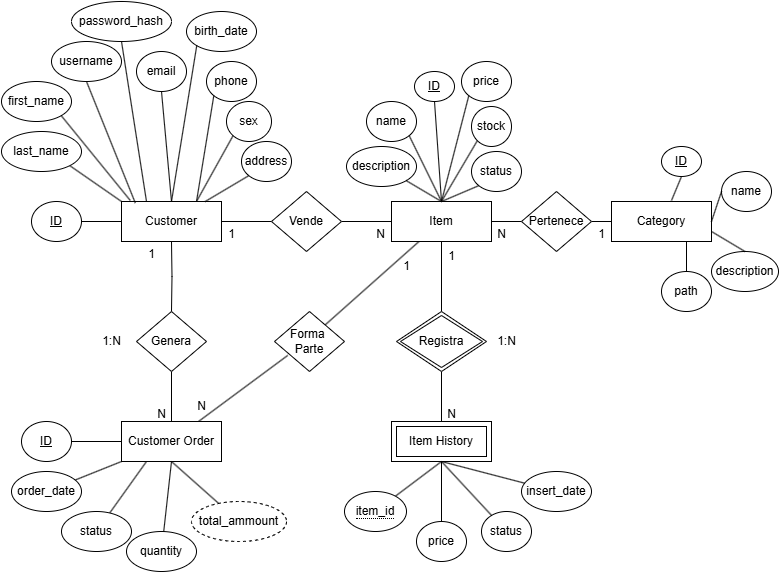
Earlier version of the draw.io export DER_ecommerce.png (AgusArdizzone/ML-Challenge-SQL). Source tidied: cells renumbered, new cells last; positions are measured from the earlier drawing's top-left corner, leaving out a move shared by most shapes. The source it was exported from:
```xml
<mxGraphModel>
  <root>
    <mxCell id="0" />
    <mxCell id="1" parent="0" />
    <mxCell id="2" value="Customer" style="whiteSpace=wrap;html=1;align=center;" parent="1" vertex="1">
      <mxGeometry x="120" y="200" width="100" height="40" as="geometry" />
    </mxCell>
    <mxCell id="3" style="rounded=0;jettySize=auto;html=1;endArrow=none;startFill=0;" parent="1" edge="1" source="5">
      <mxGeometry relative="1" as="geometry">
        <mxPoint x="322.2" y="324.7" as="targetPoint" />
      </mxGeometry>
    </mxCell>
    <mxCell id="4" style="edgeStyle=none;rounded=0;jettySize=auto;html=1;exitX=0.5;exitY=1;exitDx=0;exitDy=0;entryX=0.5;entryY=0;entryDx=0;entryDy=0;endArrow=none;startFill=0;" parent="1" edge="1" source="5" target="67">
      <mxGeometry relative="1" as="geometry" />
    </mxCell>
    <mxCell id="5" value="Item" style="whiteSpace=wrap;html=1;align=center;" parent="1" vertex="1">
      <mxGeometry x="390" y="200" width="100" height="40" as="geometry" />
    </mxCell>
    <mxCell id="6" value="Category" style="whiteSpace=wrap;html=1;align=center;" parent="1" vertex="1">
      <mxGeometry x="610" y="200" width="100" height="40" as="geometry" />
    </mxCell>
    <mxCell id="7" style="edgeStyle=orthogonalEdgeStyle;rounded=0;jettySize=auto;html=1;entryX=0;entryY=0.5;entryDx=0;entryDy=0;endArrow=none;startFill=0;" parent="1" edge="1" source="8" target="2">
      <mxGeometry relative="1" as="geometry" />
    </mxCell>
    <mxCell id="8" value="ID" style="ellipse;whiteSpace=wrap;html=1;align=center;fontStyle=4;" parent="1" vertex="1">
      <mxGeometry x="30" y="200" width="50" height="40" as="geometry" />
    </mxCell>
    <mxCell id="9" value="ID" style="ellipse;whiteSpace=wrap;html=1;align=center;fontStyle=4;" parent="1" vertex="1">
      <mxGeometry x="413" y="70" width="40" height="30" as="geometry" />
    </mxCell>
    <mxCell id="10" style="edgeStyle=orthogonalEdgeStyle;rounded=0;jettySize=auto;html=1;entryX=1;entryY=0.5;entryDx=0;entryDy=0;endArrow=none;startFill=0;" parent="1" edge="1" source="12" target="2">
      <mxGeometry relative="1" as="geometry" />
    </mxCell>
    <mxCell id="11" style="edgeStyle=orthogonalEdgeStyle;rounded=0;jettySize=auto;html=1;entryX=0;entryY=0.5;entryDx=0;entryDy=0;endArrow=none;startFill=0;" parent="1" edge="1" source="12" target="5">
      <mxGeometry relative="1" as="geometry" />
    </mxCell>
    <mxCell id="12" value="Vende" style="shape=rhombus;perimeter=rhombusPerimeter;whiteSpace=wrap;html=1;align=center;" parent="1" vertex="1">
      <mxGeometry x="270" y="190" width="70" height="60" as="geometry" />
    </mxCell>
    <mxCell id="13" style="rounded=0;jettySize=auto;html=1;endArrow=none;startFill=0;" parent="1" edge="1" source="15" target="5">
      <mxGeometry relative="1" as="geometry" />
    </mxCell>
    <mxCell id="14" style="rounded=0;jettySize=auto;html=1;exitX=1;exitY=0.5;exitDx=0;exitDy=0;entryX=0;entryY=0.5;entryDx=0;entryDy=0;endArrow=none;startFill=0;" parent="1" edge="1" source="15" target="6">
      <mxGeometry relative="1" as="geometry" />
    </mxCell>
    <mxCell id="15" value="Pertenece" style="shape=rhombus;perimeter=rhombusPerimeter;whiteSpace=wrap;html=1;align=center;" parent="1" vertex="1">
      <mxGeometry x="520" y="190" width="70" height="60" as="geometry" />
    </mxCell>
    <mxCell id="16" style="rounded=0;orthogonalLoop=1;jettySize=auto;html=1;endArrow=none;startFill=0;" parent="1" edge="1">
      <mxGeometry relative="1" as="geometry">
        <mxPoint x="170" y="370" as="sourcePoint" />
        <mxPoint x="170" y="420" as="targetPoint" />
      </mxGeometry>
    </mxCell>
    <mxCell id="17" style="edgeStyle=orthogonalEdgeStyle;rounded=0;jettySize=auto;html=1;entryX=0.5;entryY=1;entryDx=0;entryDy=0;endArrow=none;startFill=0;" parent="1" edge="1" target="2">
      <mxGeometry relative="1" as="geometry">
        <mxPoint x="170" y="310" as="sourcePoint" />
      </mxGeometry>
    </mxCell>
    <mxCell id="18" style="rounded=0;orthogonalLoop=1;jettySize=auto;html=1;endArrow=none;startFill=0;" parent="1" edge="1">
      <mxGeometry relative="1" as="geometry">
        <mxPoint x="286.2" y="353.9" as="sourcePoint" />
        <mxPoint x="197" y="420" as="targetPoint" />
      </mxGeometry>
    </mxCell>
    <mxCell id="19" value="first_name" style="ellipse;whiteSpace=wrap;html=1;align=center;" parent="1" vertex="1">
      <mxGeometry y="80" width="70" height="40" as="geometry" />
    </mxCell>
    <mxCell id="20" style="rounded=0;jettySize=auto;html=1;exitX=1;exitY=1;exitDx=0;exitDy=0;entryX=0;entryY=0;entryDx=0;entryDy=0;endArrow=none;startFill=0;" parent="1" edge="1" source="21" target="2">
      <mxGeometry relative="1" as="geometry" />
    </mxCell>
    <mxCell id="21" value="last_name" style="ellipse;whiteSpace=wrap;html=1;align=center;" parent="1" vertex="1">
      <mxGeometry y="130" width="80" height="40" as="geometry" />
    </mxCell>
    <mxCell id="22" value="address" style="ellipse;whiteSpace=wrap;html=1;align=center;" parent="1" vertex="1">
      <mxGeometry x="240" y="140" width="50" height="40" as="geometry" />
    </mxCell>
    <mxCell id="23" value="email" style="ellipse;whiteSpace=wrap;html=1;align=center;" parent="1" vertex="1">
      <mxGeometry x="135" y="50" width="50" height="40" as="geometry" />
    </mxCell>
    <mxCell id="24" value="password_hash" style="ellipse;whiteSpace=wrap;html=1;align=center;" parent="1" vertex="1">
      <mxGeometry x="70" width="100" height="40" as="geometry" />
    </mxCell>
    <mxCell id="25" value="username" style="ellipse;whiteSpace=wrap;html=1;align=center;" parent="1" vertex="1">
      <mxGeometry x="50" y="40" width="70" height="40" as="geometry" />
    </mxCell>
    <mxCell id="26" value="birth_date" style="ellipse;whiteSpace=wrap;html=1;align=center;" parent="1" vertex="1">
      <mxGeometry x="185" y="10" width="70" height="40" as="geometry" />
    </mxCell>
    <mxCell id="27" value="phone" style="ellipse;whiteSpace=wrap;html=1;align=center;" parent="1" vertex="1">
      <mxGeometry x="205" y="60" width="50" height="40" as="geometry" />
    </mxCell>
    <mxCell id="28" value="sex" style="ellipse;whiteSpace=wrap;html=1;align=center;" parent="1" vertex="1">
      <mxGeometry x="225" y="100" width="45" height="40" as="geometry" />
    </mxCell>
    <mxCell id="29" style="rounded=0;jettySize=auto;html=1;exitX=1;exitY=1;exitDx=0;exitDy=0;entryX=0.088;entryY=-0.025;entryDx=0;entryDy=0;entryPerimeter=0;endArrow=none;startFill=0;" parent="1" edge="1" source="19" target="2">
      <mxGeometry relative="1" as="geometry" />
    </mxCell>
    <mxCell id="30" style="rounded=0;jettySize=auto;html=1;exitX=0.5;exitY=1;exitDx=0;exitDy=0;entryX=0.138;entryY=0.037;entryDx=0;entryDy=0;entryPerimeter=0;endArrow=none;startFill=0;" parent="1" edge="1" source="25" target="2">
      <mxGeometry relative="1" as="geometry" />
    </mxCell>
    <mxCell id="31" style="rounded=0;jettySize=auto;html=1;exitX=0.5;exitY=1;exitDx=0;exitDy=0;entryX=0.25;entryY=0;entryDx=0;entryDy=0;endArrow=none;startFill=0;" parent="1" edge="1" source="24" target="2">
      <mxGeometry relative="1" as="geometry" />
    </mxCell>
    <mxCell id="32" style="rounded=0;jettySize=auto;html=1;exitX=0.5;exitY=1;exitDx=0;exitDy=0;entryX=0.5;entryY=0;entryDx=0;entryDy=0;endArrow=none;startFill=0;" parent="1" edge="1" source="23" target="2">
      <mxGeometry relative="1" as="geometry" />
    </mxCell>
    <mxCell id="33" style="rounded=0;jettySize=auto;html=1;exitX=0;exitY=1;exitDx=0;exitDy=0;entryX=0.5;entryY=0;entryDx=0;entryDy=0;endArrow=none;startFill=0;" parent="1" edge="1" source="26" target="2">
      <mxGeometry relative="1" as="geometry" />
    </mxCell>
    <mxCell id="34" style="rounded=0;jettySize=auto;html=1;exitX=0;exitY=1;exitDx=0;exitDy=0;entryX=0.75;entryY=0;entryDx=0;entryDy=0;endArrow=none;startFill=0;" parent="1" edge="1" source="27" target="2">
      <mxGeometry relative="1" as="geometry" />
    </mxCell>
    <mxCell id="35" style="rounded=0;jettySize=auto;html=1;exitX=0;exitY=1;exitDx=0;exitDy=0;entryX=0.75;entryY=0;entryDx=0;entryDy=0;endArrow=none;startFill=0;" parent="1" edge="1" source="28" target="2">
      <mxGeometry relative="1" as="geometry" />
    </mxCell>
    <mxCell id="36" style="rounded=0;jettySize=auto;html=1;endArrow=none;startFill=0;exitX=0;exitY=1;exitDx=0;exitDy=0;" parent="1" edge="1" source="22" target="2">
      <mxGeometry relative="1" as="geometry" />
    </mxCell>
    <mxCell id="37" value="name" style="ellipse;whiteSpace=wrap;html=1;align=center;" parent="1" vertex="1">
      <mxGeometry x="365" y="100" width="50" height="40" as="geometry" />
    </mxCell>
    <mxCell id="38" value="description" style="ellipse;whiteSpace=wrap;html=1;align=center;" parent="1" vertex="1">
      <mxGeometry x="345" y="145" width="70" height="40" as="geometry" />
    </mxCell>
    <mxCell id="39" value="price" style="ellipse;whiteSpace=wrap;html=1;align=center;" parent="1" vertex="1">
      <mxGeometry x="460" y="60" width="50" height="40" as="geometry" />
    </mxCell>
    <mxCell id="40" value="stock" style="ellipse;whiteSpace=wrap;html=1;align=center;" parent="1" vertex="1">
      <mxGeometry x="470" y="105" width="40" height="40" as="geometry" />
    </mxCell>
    <mxCell id="41" value="status" style="ellipse;whiteSpace=wrap;html=1;align=center;" parent="1" vertex="1">
      <mxGeometry x="470" y="150" width="50" height="40" as="geometry" />
    </mxCell>
    <mxCell id="42" style="edgeStyle=none;rounded=0;jettySize=auto;html=1;exitX=1;exitY=1;exitDx=0;exitDy=0;endArrow=none;startFill=0;" parent="1" edge="1" source="38">
      <mxGeometry relative="1" as="geometry">
        <mxPoint x="440" y="200" as="targetPoint" />
      </mxGeometry>
    </mxCell>
    <mxCell id="43" style="edgeStyle=none;rounded=0;jettySize=auto;html=1;exitX=1;exitY=1;exitDx=0;exitDy=0;entryX=0.5;entryY=0;entryDx=0;entryDy=0;endArrow=none;startFill=0;" parent="1" edge="1" source="37" target="5">
      <mxGeometry relative="1" as="geometry" />
    </mxCell>
    <mxCell id="44" style="edgeStyle=none;rounded=0;jettySize=auto;html=1;exitX=0.5;exitY=1;exitDx=0;exitDy=0;endArrow=none;startFill=0;entryX=0.5;entryY=0;entryDx=0;entryDy=0;" parent="1" edge="1" source="9" target="5">
      <mxGeometry relative="1" as="geometry" />
    </mxCell>
    <mxCell id="45" style="edgeStyle=none;rounded=0;jettySize=auto;html=1;exitX=0;exitY=1;exitDx=0;exitDy=0;entryX=0.5;entryY=0;entryDx=0;entryDy=0;endArrow=none;startFill=0;" parent="1" edge="1" source="39" target="5">
      <mxGeometry relative="1" as="geometry" />
    </mxCell>
    <mxCell id="46" style="edgeStyle=none;rounded=0;jettySize=auto;html=1;exitX=0;exitY=1;exitDx=0;exitDy=0;endArrow=none;startFill=0;" parent="1" edge="1" source="40">
      <mxGeometry relative="1" as="geometry">
        <mxPoint x="440" y="200" as="targetPoint" />
      </mxGeometry>
    </mxCell>
    <mxCell id="47" style="edgeStyle=none;rounded=0;jettySize=auto;html=1;exitX=0;exitY=1;exitDx=0;exitDy=0;endArrow=none;startFill=0;" parent="1" edge="1" source="41">
      <mxGeometry relative="1" as="geometry">
        <mxPoint x="440" y="200" as="targetPoint" />
      </mxGeometry>
    </mxCell>
    <mxCell id="48" value="name" style="ellipse;whiteSpace=wrap;html=1;align=center;" parent="1" vertex="1">
      <mxGeometry x="720" y="170" width="50" height="40" as="geometry" />
    </mxCell>
    <mxCell id="49" value="ID" style="ellipse;whiteSpace=wrap;html=1;align=center;fontStyle=4;" parent="1" vertex="1">
      <mxGeometry x="660" y="145" width="40" height="30" as="geometry" />
    </mxCell>
    <mxCell id="50" value="path" style="ellipse;whiteSpace=wrap;html=1;align=center;" parent="1" vertex="1">
      <mxGeometry x="660" y="270" width="50" height="40" as="geometry" />
    </mxCell>
    <mxCell id="51" value="description" style="ellipse;whiteSpace=wrap;html=1;align=center;" parent="1" vertex="1">
      <mxGeometry x="710" y="250" width="67" height="40" as="geometry" />
    </mxCell>
    <mxCell id="52" style="edgeStyle=none;rounded=0;jettySize=auto;html=1;exitX=0.5;exitY=1;exitDx=0;exitDy=0;entryX=0.6;entryY=-0.025;entryDx=0;entryDy=0;entryPerimeter=0;endArrow=none;startFill=0;" parent="1" edge="1" source="49" target="6">
      <mxGeometry relative="1" as="geometry" />
    </mxCell>
    <mxCell id="53" style="edgeStyle=none;rounded=0;jettySize=auto;html=1;exitX=0;exitY=0.5;exitDx=0;exitDy=0;entryX=1;entryY=0.5;entryDx=0;entryDy=0;endArrow=none;startFill=0;" parent="1" edge="1" source="48" target="6">
      <mxGeometry relative="1" as="geometry" />
    </mxCell>
    <mxCell id="54" style="edgeStyle=none;rounded=0;jettySize=auto;html=1;exitX=1;exitY=0.75;exitDx=0;exitDy=0;endArrow=none;startFill=0;entryX=0.5;entryY=0;entryDx=0;entryDy=0;" parent="1" edge="1" source="6" target="51">
      <mxGeometry relative="1" as="geometry" />
    </mxCell>
    <mxCell id="55" style="edgeStyle=none;rounded=0;jettySize=auto;html=1;exitX=0.75;exitY=1;exitDx=0;exitDy=0;entryX=0.5;entryY=0;entryDx=0;entryDy=0;endArrow=none;startFill=0;" parent="1" edge="1" source="6" target="50">
      <mxGeometry relative="1" as="geometry" />
    </mxCell>
    <mxCell id="56" style="edgeStyle=none;rounded=0;jettySize=auto;html=1;entryX=0.5;entryY=1;entryDx=0;entryDy=0;endArrow=none;startFill=0;" parent="1" edge="1" source="57" target="62">
      <mxGeometry relative="1" as="geometry" />
    </mxCell>
    <mxCell id="57" value="price" style="ellipse;whiteSpace=wrap;html=1;align=center;" parent="1" vertex="1">
      <mxGeometry x="415" y="520" width="50" height="40" as="geometry" />
    </mxCell>
    <mxCell id="58" style="edgeStyle=none;rounded=0;jettySize=auto;html=1;endArrow=none;startFill=0;" parent="1" edge="1" source="59">
      <mxGeometry relative="1" as="geometry">
        <mxPoint x="440" y="460" as="targetPoint" />
      </mxGeometry>
    </mxCell>
    <mxCell id="59" value="insert_date" style="ellipse;whiteSpace=wrap;html=1;align=center;" parent="1" vertex="1">
      <mxGeometry x="520" y="470" width="70" height="40" as="geometry" />
    </mxCell>
    <mxCell id="60" style="edgeStyle=none;rounded=0;jettySize=auto;html=1;entryX=0.5;entryY=1;entryDx=0;entryDy=0;endArrow=none;startFill=0;" parent="1" edge="1" source="61" target="62">
      <mxGeometry relative="1" as="geometry" />
    </mxCell>
    <mxCell id="61" value="status" style="ellipse;whiteSpace=wrap;html=1;align=center;" parent="1" vertex="1">
      <mxGeometry x="480" y="510" width="50" height="40" as="geometry" />
    </mxCell>
    <mxCell id="62" value="Item History" style="shape=ext;margin=3;double=1;whiteSpace=wrap;html=1;align=center;" parent="1" vertex="1">
      <mxGeometry x="390" y="420" width="100" height="40" as="geometry" />
    </mxCell>
    <mxCell id="63" style="edgeStyle=none;rounded=0;jettySize=auto;html=1;endArrow=none;startFill=0;entryX=0.5;entryY=1;entryDx=0;entryDy=0;" parent="1" edge="1" source="64" target="62">
      <mxGeometry relative="1" as="geometry" />
    </mxCell>
    <mxCell id="64" value="&lt;span style=&quot;border-bottom: 1px dotted&quot;&gt;item_id&lt;/span&gt;" style="ellipse;whiteSpace=wrap;html=1;align=center;" parent="1" vertex="1">
      <mxGeometry x="343" y="490" width="62" height="40" as="geometry" />
    </mxCell>
    <mxCell id="65" value="Customer Order" style="shape=ext;margin=3;double=0;whiteSpace=wrap;html=1;align=center;" parent="1" vertex="1">
      <mxGeometry x="120" y="420" width="100" height="40" as="geometry" />
    </mxCell>
    <mxCell id="66" style="edgeStyle=none;rounded=0;jettySize=auto;html=1;entryX=0.5;entryY=0;entryDx=0;entryDy=0;endArrow=none;startFill=0;" parent="1" edge="1" source="67" target="62">
      <mxGeometry relative="1" as="geometry" />
    </mxCell>
    <mxCell id="67" value="Registra" style="shape=rhombus;double=1;perimeter=rhombusPerimeter;whiteSpace=wrap;html=1;align=center;" parent="1" vertex="1">
      <mxGeometry x="395" y="310" width="90" height="60" as="geometry" />
    </mxCell>
    <mxCell id="68" style="edgeStyle=none;rounded=0;jettySize=auto;html=1;entryX=0;entryY=1;entryDx=0;entryDy=0;endArrow=none;startFill=0;" parent="1" edge="1" source="69" target="65">
      <mxGeometry relative="1" as="geometry" />
    </mxCell>
    <mxCell id="69" value="order_date" style="ellipse;whiteSpace=wrap;html=1;align=center;" parent="1" vertex="1">
      <mxGeometry x="10" y="470" width="70" height="40" as="geometry" />
    </mxCell>
    <mxCell id="70" style="edgeStyle=none;rounded=0;jettySize=auto;html=1;entryX=0.25;entryY=1;entryDx=0;entryDy=0;endArrow=none;startFill=0;" parent="1" edge="1" source="71" target="65">
      <mxGeometry relative="1" as="geometry" />
    </mxCell>
    <mxCell id="71" value="status" style="ellipse;whiteSpace=wrap;html=1;align=center;" parent="1" vertex="1">
      <mxGeometry x="60" y="510" width="70" height="40" as="geometry" />
    </mxCell>
    <mxCell id="72" style="edgeStyle=none;rounded=0;jettySize=auto;html=1;entryX=0.5;entryY=1;entryDx=0;entryDy=0;endArrow=none;startFill=0;" parent="1" edge="1" source="73" target="65">
      <mxGeometry relative="1" as="geometry" />
    </mxCell>
    <mxCell id="73" value="quantity" style="ellipse;whiteSpace=wrap;html=1;align=center;" parent="1" vertex="1">
      <mxGeometry x="125" y="530" width="70" height="40" as="geometry" />
    </mxCell>
    <mxCell id="74" style="edgeStyle=none;rounded=0;jettySize=auto;html=1;entryX=0.5;entryY=1;entryDx=0;entryDy=0;endArrow=none;startFill=0;" parent="1" edge="1" source="75" target="65">
      <mxGeometry relative="1" as="geometry" />
    </mxCell>
    <mxCell id="75" value="total_ammount" style="ellipse;whiteSpace=wrap;html=1;align=center;dashed=1;" parent="1" vertex="1">
      <mxGeometry x="190" y="500" width="95" height="40" as="geometry" />
    </mxCell>
    <mxCell id="76" value="1:N" style="text;html=1;align=center;verticalAlign=middle;strokeColor=none;fillColor=none;" parent="1" vertex="1">
      <mxGeometry x="90" y="325" width="40" height="30" as="geometry" />
    </mxCell>
    <mxCell id="77" value="1:N" style="text;html=1;align=center;verticalAlign=middle;strokeColor=none;fillColor=none;" parent="1" vertex="1">
      <mxGeometry x="485" y="325" width="40" height="30" as="geometry" />
    </mxCell>
    <mxCell id="78" style="edgeStyle=none;rounded=0;jettySize=auto;html=1;exitX=1;exitY=0.5;exitDx=0;exitDy=0;entryX=0;entryY=0.5;entryDx=0;entryDy=0;endArrow=none;startFill=0;" parent="1" edge="1" source="79" target="65">
      <mxGeometry relative="1" as="geometry" />
    </mxCell>
    <mxCell id="79" value="ID" style="ellipse;whiteSpace=wrap;html=1;align=center;fontStyle=4;" parent="1" vertex="1">
      <mxGeometry x="20" y="420" width="50" height="40" as="geometry" />
    </mxCell>
    <mxCell id="80" value="Genera" style="shape=rhombus;perimeter=rhombusPerimeter;whiteSpace=wrap;html=1;align=center;" parent="1" vertex="1">
      <mxGeometry x="135" y="310" width="70" height="60" as="geometry" />
    </mxCell>
    <mxCell id="81" value="Forma&amp;nbsp;&lt;div&gt;Parte&lt;/div&gt;" style="shape=rhombus;perimeter=rhombusPerimeter;whiteSpace=wrap;html=1;align=center;" parent="1" vertex="1">
      <mxGeometry x="273" y="310" width="70" height="60" as="geometry" />
    </mxCell>
    <mxCell id="82" value="1" style="text;html=1;align=center;verticalAlign=middle;strokeColor=none;fillColor=none;" parent="1" vertex="1">
      <mxGeometry x="135" y="238" width="30" height="30" as="geometry" />
    </mxCell>
    <mxCell id="83" value="N" style="text;html=1;align=center;verticalAlign=middle;strokeColor=none;fillColor=none;" parent="1" vertex="1">
      <mxGeometry x="145" y="398" width="30" height="30" as="geometry" />
    </mxCell>
    <mxCell id="84" value="1" style="text;html=1;align=center;verticalAlign=middle;strokeColor=none;fillColor=none;" parent="1" vertex="1">
      <mxGeometry x="435" y="240" width="30" height="30" as="geometry" />
    </mxCell>
    <mxCell id="85" value="N" style="text;html=1;align=center;verticalAlign=middle;strokeColor=none;fillColor=none;" parent="1" vertex="1">
      <mxGeometry x="435" y="398" width="30" height="30" as="geometry" />
    </mxCell>
    <mxCell id="86" value="1" style="text;html=1;align=center;verticalAlign=middle;strokeColor=none;fillColor=none;" parent="1" vertex="1">
      <mxGeometry x="585" y="218" width="30" height="30" as="geometry" />
    </mxCell>
    <mxCell id="87" value="N" style="text;html=1;align=center;verticalAlign=middle;strokeColor=none;fillColor=none;" parent="1" vertex="1">
      <mxGeometry x="485" y="218" width="30" height="30" as="geometry" />
    </mxCell>
    <mxCell id="88" value="1" style="text;html=1;align=center;verticalAlign=middle;strokeColor=none;fillColor=none;" parent="1" vertex="1">
      <mxGeometry x="215" y="218" width="30" height="30" as="geometry" />
    </mxCell>
    <mxCell id="89" value="N" style="text;html=1;align=center;verticalAlign=middle;strokeColor=none;fillColor=none;" parent="1" vertex="1">
      <mxGeometry x="363.5" y="218" width="30" height="30" as="geometry" />
    </mxCell>
    <mxCell id="90" value="1" style="text;html=1;align=center;verticalAlign=middle;strokeColor=none;fillColor=none;" parent="1" vertex="1">
      <mxGeometry x="390" y="250" width="30" height="30" as="geometry" />
    </mxCell>
    <mxCell id="91" value="N" style="text;html=1;align=center;verticalAlign=middle;strokeColor=none;fillColor=none;" parent="1" vertex="1">
      <mxGeometry x="185" y="390" width="30" height="30" as="geometry" />
    </mxCell>
  </root>
</mxGraphModel>
```
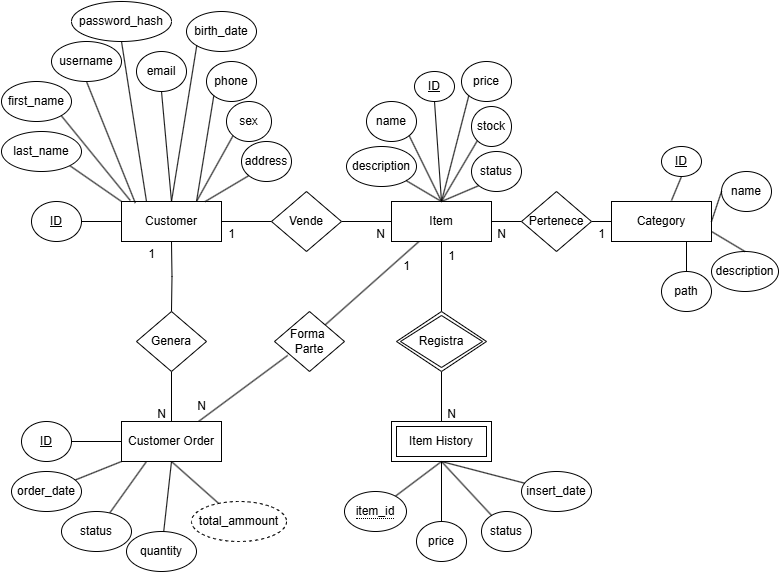
Later version of the same file.

Commit message:
se elimina informacion duplicada del DER

Diff of the diagram source:
```diff
@@ -242,12 +242,6 @@
     <mxCell id="75" value="total_ammount" style="ellipse;whiteSpace=wrap;html=1;align=center;dashed=1;" parent="1" vertex="1">
       <mxGeometry x="190" y="500" width="95" height="40" as="geometry" />
     </mxCell>
-    <mxCell id="76" value="1:N" style="text;html=1;align=center;verticalAlign=middle;strokeColor=none;fillColor=none;" parent="1" vertex="1">
-      <mxGeometry x="90" y="325" width="40" height="30" as="geometry" />
-    </mxCell>
-    <mxCell id="77" value="1:N" style="text;html=1;align=center;verticalAlign=middle;strokeColor=none;fillColor=none;" parent="1" vertex="1">
-      <mxGeometry x="485" y="325" width="40" height="30" as="geometry" />
-    </mxCell>
     <mxCell id="78" style="edgeStyle=none;rounded=0;jettySize=auto;html=1;exitX=1;exitY=0.5;exitDx=0;exitDy=0;entryX=0;entryY=0.5;entryDx=0;entryDy=0;endArrow=none;startFill=0;" parent="1" edge="1" source="79" target="65">
       <mxGeometry relative="1" as="geometry" />
     </mxCell>
```
